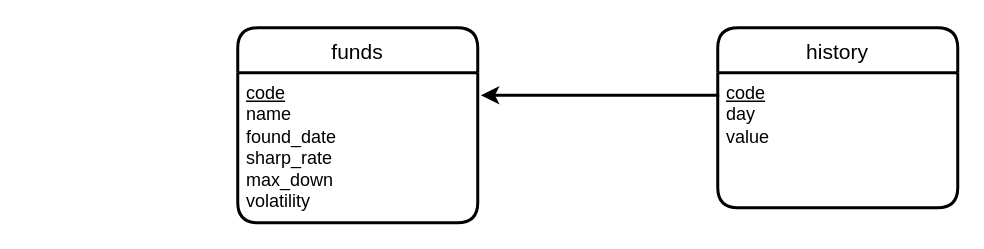
The draw.io diagram schemas/E-R.drawio in Concyclics/db_big_homework, before the edit. Source tidied: cells renumbered, new cells numbered last; positions are measured from the earlier drawing's top-left corner, leaving out a move shared by most shapes. Both pictures are drawn from the tidied source at 150%, with x=0, y=0 at pixel (237, 27).
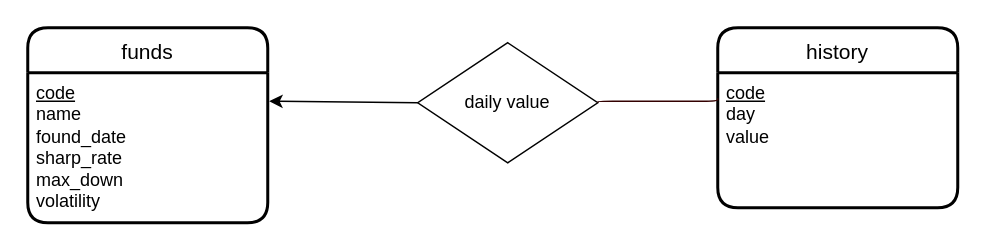
Above is the later version.

The edit, as a diff of the source:
```diff
@@
 <mxGraphModel>
   <root>
     <mxCell id="0" />
     <mxCell id="1" parent="0" />
     <mxCell id="2" value="funds" style="swimlane;horizontal=1;startSize=30;rounded=1;fontSize=14;fontStyle=0;strokeWidth=2;shadow=0;dashed=0;align=center;" parent="1" vertex="1">
-      <mxGeometry width="160" height="130" as="geometry" />
+      <mxGeometry x="-140" width="160" height="130" as="geometry" />
     </mxCell>
     <mxCell id="3" value="&lt;u&gt;code&lt;br&gt;&lt;/u&gt;name&lt;br&gt;found_date&lt;br&gt;sharp_rate&lt;br&gt;max_down&lt;br&gt;volatility" style="align=left;strokeColor=none;fillColor=none;spacingLeft=4;fontSize=12;verticalAlign=top;html=1;" parent="2" vertex="1">
       <mxGeometry y="30" width="160" height="100" as="geometry" />
     </mxCell>
     <mxCell id="4" value="history" style="swimlane;horizontal=1;startSize=30;rounded=1;fontSize=14;fontStyle=0;strokeWidth=2;shadow=0;dashed=0;align=center;" parent="1" vertex="1">
       <mxGeometry x="320" width="160" height="120" as="geometry" />
     </mxCell>
     <mxCell id="5" value="&lt;u&gt;code&lt;/u&gt;&lt;br&gt;day&lt;br&gt;value" style="align=left;strokeColor=none;fillColor=none;spacingLeft=4;fontSize=12;verticalAlign=top;html=1;" parent="4" vertex="1">
       <mxGeometry y="30" width="160" height="90" as="geometry" />
     </mxCell>
-    <mxCell id="6" style="endArrow=classic;html=1;entryX=1.013;entryY=0.15;entryDx=0;entryDy=0;exitX=0.006;exitY=0.167;exitDx=0;exitDy=0;strokeWidth=2;exitPerimeter=0;entryPerimeter=0;" parent="1" edge="1" source="5" target="3">
-      <mxGeometry relative="1" as="geometry" />
-    </mxCell>
+    <mxCell id="7" value="daily value" style="rhombus;whiteSpace=wrap;html=1;" parent="1" vertex="1">
+      <mxGeometry x="120" y="10" width="120" height="80" as="geometry" />
+    </mxCell>
+    <mxCell id="8" style="endArrow=classic;html=1;exitX=0;exitY=0.5;exitDx=0;exitDy=0;entryX=1.006;entryY=0.19;entryDx=0;entryDy=0;entryPerimeter=0;" parent="1" edge="1" source="7" target="3">
+      <mxGeometry relative="1" as="geometry" />
+    </mxCell>
+    <mxCell id="9" style="edgeStyle=elbowEdgeStyle;html=1;endArrow=none;elbow=vertical;strokeColor=#330000;exitX=1;exitY=0.5;exitDx=0;exitDy=0;entryX=0;entryY=0.189;entryDx=0;entryDy=0;entryPerimeter=0;" parent="1" edge="1" source="7" target="5">
+      <mxGeometry relative="1" as="geometry" />
+    </mxCell>
   </root>
 </mxGraphModel>
```
